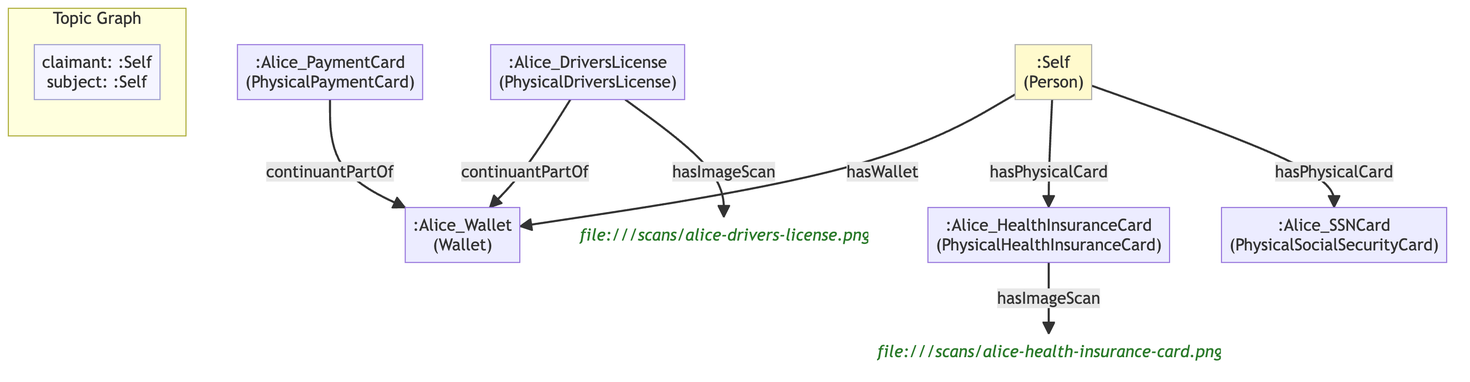
The Mermaid diagram example/graphs/images/graph-22.png in MeeFoundation/mia-ontologies, before a commit. Its source is kept beside it as example/graphs/images/graph-22.mmd. The source it was exported from:
```mermaid
flowchart TD
    classDef person fill:#fffacd,stroke:#aaa,color:#333
    classDef grp    fill:#d4edda,stroke:#aaa,color:#333
    classDef org    fill:#cce5ff,stroke:#aaa,color:#333
    classDef lit    fill:none,stroke:none,font-style:italic,color:#2a7a2a
    classDef meta   fill:#f5f5ff,stroke:#9999cc,color:#333

    subgraph ctx["Topic Graph"]
        direction LR
        ctx_meta["claimant: :Self\nsubject: :Self"]:::meta
    end

    n8020f1e0dda3[":Alice_DriversLicense\n(PhysicalDriversLicense)"]
    ne031334f4c41[":Alice_Wallet\n(Wallet)"]
    n16319a7d9aaf("file:///scans/alice-drivers-license.png"):::lit
    n45648c6e1691[":Alice_HealthInsuranceCard\n(PhysicalHealthInsuranceCard)"]
    n5aa16707069d("file:///scans/alice-health-insurance-card.png"):::lit
    n424bc5303466[":Alice_PaymentCard\n(PhysicalPaymentCard)"]
    nfb9947b1c0ef[":Alice_SSNCard\n(PhysicalSocialSecurityCard)"]
    ne0c3ba92f1db[":Self\n(Person)"]:::person

    n8020f1e0dda3 -->|"continuantPartOf"| ne031334f4c41
    n8020f1e0dda3 -->|"hasImageScan"| n16319a7d9aaf
    n45648c6e1691 -->|"hasImageScan"| n5aa16707069d
    n424bc5303466 -->|"continuantPartOf"| ne031334f4c41
    ne0c3ba92f1db -->|"hasWallet"| ne031334f4c41
    ne0c3ba92f1db -->|"hasPhysicalCard"| n45648c6e1691
    ne0c3ba92f1db -->|"hasPhysicalCard"| nfb9947b1c0ef
```
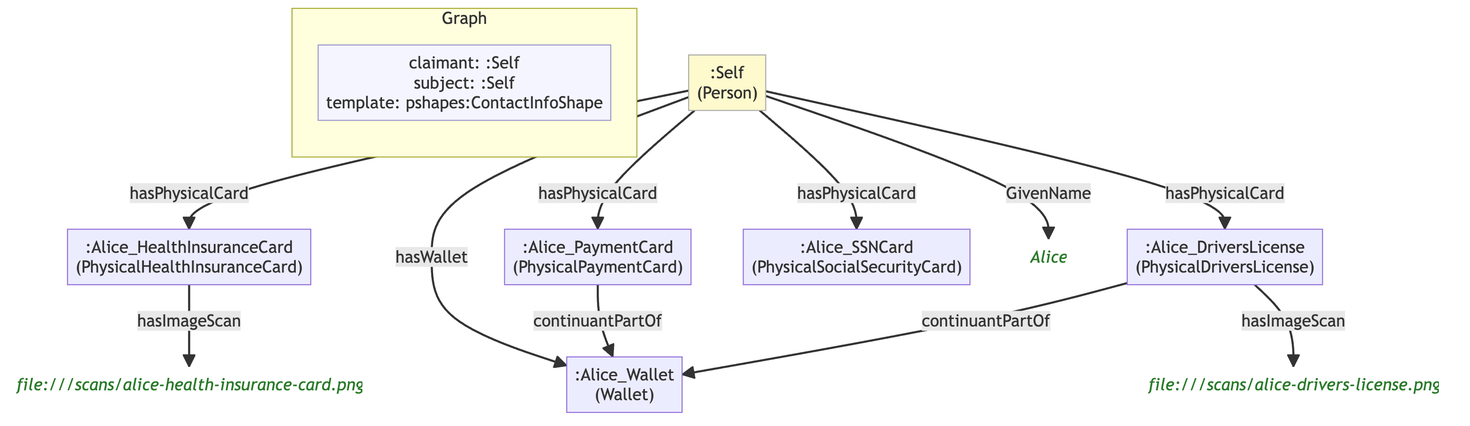
The same file after the commit.

What changed in the source:
```diff
@@ -1,13 +1,12 @@
 flowchart TD
     classDef person fill:#fffacd,stroke:#aaa,color:#333
-    classDef grp    fill:#d4edda,stroke:#aaa,color:#333
     classDef org    fill:#cce5ff,stroke:#aaa,color:#333
     classDef lit    fill:none,stroke:none,font-style:italic,color:#2a7a2a
     classDef meta   fill:#f5f5ff,stroke:#9999cc,color:#333
 
-    subgraph ctx["Topic Graph"]
+    subgraph ctx["Graph"]
         direction LR
-        ctx_meta["claimant: :Self\nsubject: :Self"]:::meta
+        ctx_meta["claimant: :Self\nsubject: :Self\ntemplate: pshapes:ContactInfoShape"]:::meta
     end
 
     n8020f1e0dda3[":Alice_DriversLicense\n(PhysicalDriversLicense)"]
@@ -18,11 +17,15 @@
     n424bc5303466[":Alice_PaymentCard\n(PhysicalPaymentCard)"]
     nfb9947b1c0ef[":Alice_SSNCard\n(PhysicalSocialSecurityCard)"]
     ne0c3ba92f1db[":Self\n(Person)"]:::person
+    necd8a455acd1("Alice"):::lit
 
     n8020f1e0dda3 -->|"continuantPartOf"| ne031334f4c41
     n8020f1e0dda3 -->|"hasImageScan"| n16319a7d9aaf
     n45648c6e1691 -->|"hasImageScan"| n5aa16707069d
     n424bc5303466 -->|"continuantPartOf"| ne031334f4c41
+    ne0c3ba92f1db -->|"GivenName"| necd8a455acd1
     ne0c3ba92f1db -->|"hasWallet"| ne031334f4c41
     ne0c3ba92f1db -->|"hasPhysicalCard"| n45648c6e1691
     ne0c3ba92f1db -->|"hasPhysicalCard"| nfb9947b1c0ef
+    ne0c3ba92f1db -->|"hasPhysicalCard"| n8020f1e0dda3
+    ne0c3ba92f1db -->|"hasPhysicalCard"| n424bc5303466
```
